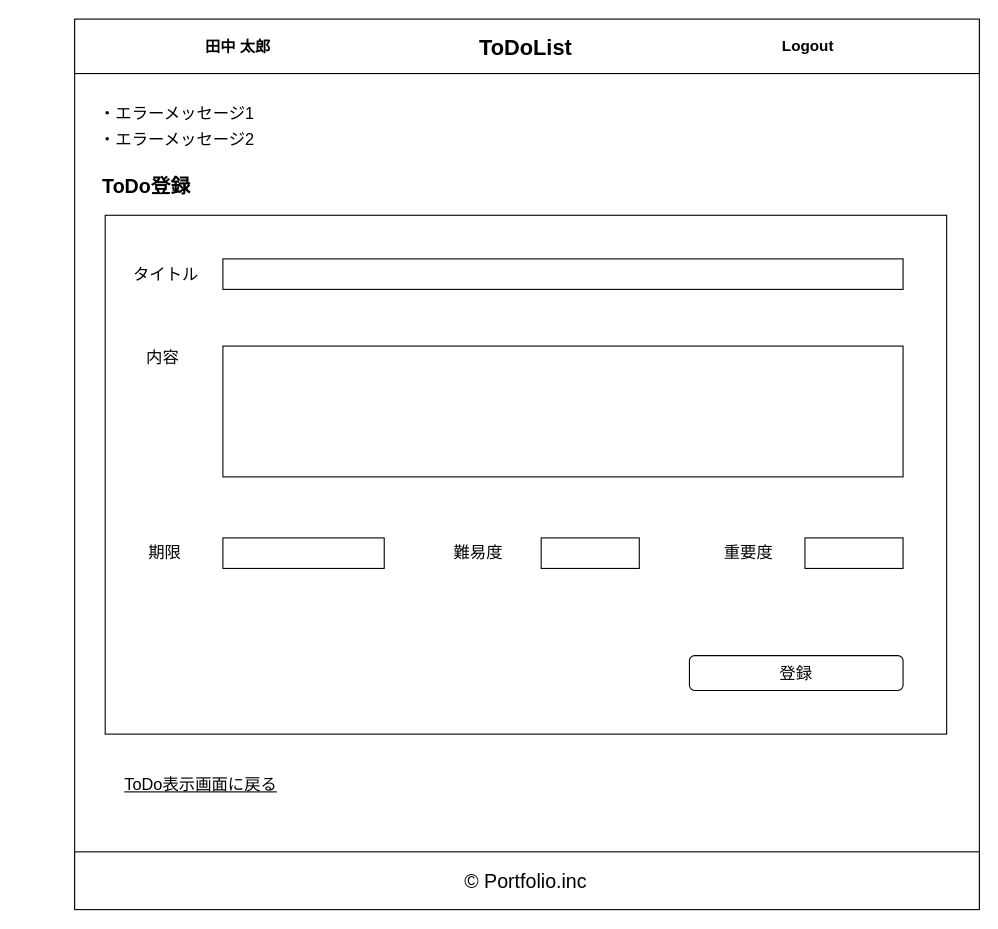
Earlier version of the draw.io diagram portfolio03/01/layout/todo_registration/portfolio03_01_todo_registration.drawio (RRRYOOO/portfolio). Source tidied: cells renumbered, new cells numbered last; positions are measured from the earlier drawing's top-left corner, leaving out a move shared by most shapes. Both pictures are drawn from the tidied source at 109%, with x=0, y=0 at pixel (74, 19).
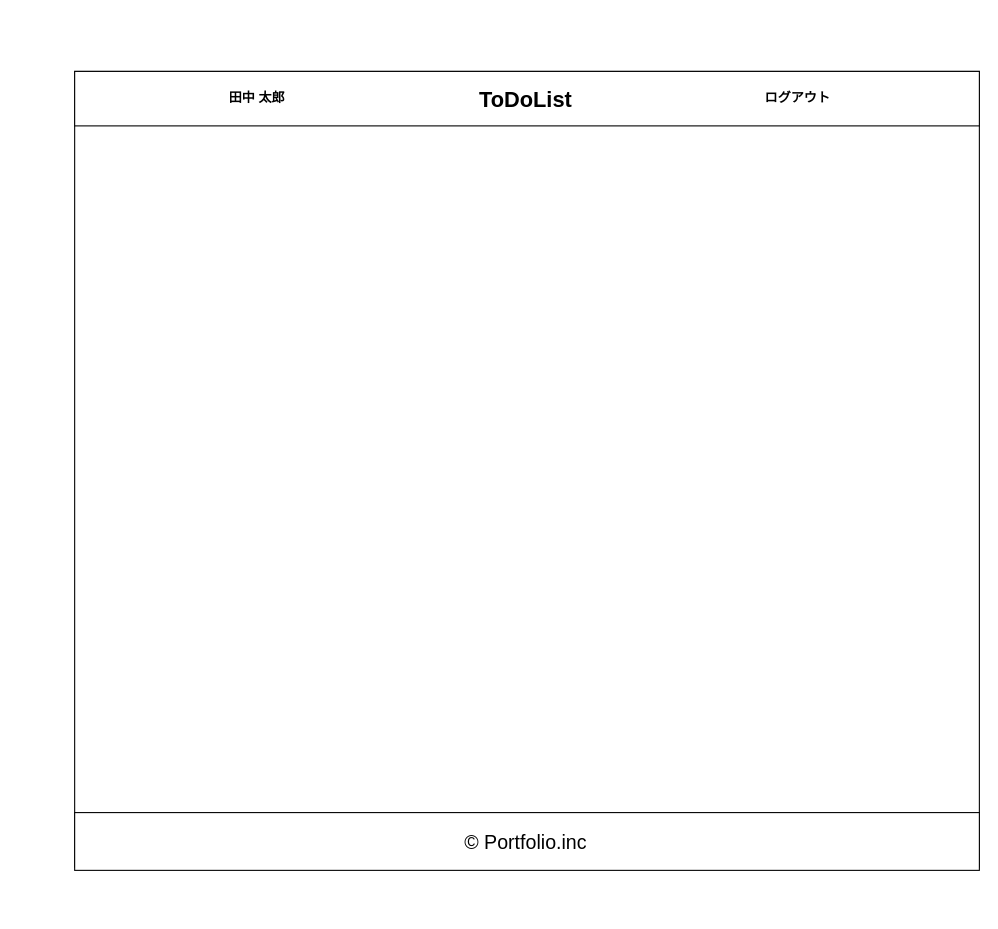
After the change.

Diff of the diagram source:
```diff
@@
-    <mxCell id="2" style="group;" parent="1" vertex="1">
-      <mxGeometry width="830" height="817" as="geometry" />
-    </mxCell>
-    <mxCell id="3" style="rounded=0;whiteSpace=wrap;html=1;" parent="2" vertex="1">
-      <mxGeometry y="0.5" width="830" height="815.5" as="geometry" />
+    <mxCell id="3" style="rounded=0;whiteSpace=wrap;html=1;" parent="1" vertex="1">
+      <mxGeometry y="48" width="830" height="730" as="geometry" />
     </mxCell>
-    <mxCell id="4" style="rounded=0;whiteSpace=wrap;html=1;fillColor=none;" parent="2" vertex="1">
-      <mxGeometry x="28" y="180" width="772" height="476" as="geometry" />
-    </mxCell>
-    <mxCell id="5" style="rounded=0;whiteSpace=wrap;html=1;" parent="2" vertex="1">
-      <mxGeometry width="830" height="50" as="geometry" />
+    <mxCell id="5" style="rounded=0;whiteSpace=wrap;html=1;" parent="1" vertex="1">
+      <mxGeometry y="48" width="830" height="50" as="geometry" />
     </mxCell>
-    <mxCell id="6" value="&lt;b&gt;&lt;font style=&quot;font-size: 20px&quot;&gt;ToDoList&lt;/font&gt;&lt;/b&gt;" style="text;html=1;strokeColor=none;fillColor=none;align=center;verticalAlign=middle;whiteSpace=wrap;rounded=0;strokeWidth=4;" parent="2" vertex="1">
-      <mxGeometry x="334" y="10" width="160" height="30" as="geometry" />
+    <mxCell id="6" value="&lt;b&gt;&lt;font style=&quot;font-size: 20px&quot;&gt;ToDoList&lt;/font&gt;&lt;/b&gt;" style="text;html=1;strokeColor=none;fillColor=none;align=center;verticalAlign=middle;whiteSpace=wrap;rounded=0;strokeWidth=4;" parent="1" vertex="1">
+      <mxGeometry x="334" y="58" width="160" height="30" as="geometry" />
     </mxCell>
+    <mxCell id="24" value="&lt;span style=&quot;font-size: 12px;&quot;&gt;&lt;b style=&quot;font-size: 12px;&quot;&gt;田中 太郎&lt;br style=&quot;font-size: 12px;&quot;&gt;&lt;/b&gt;&lt;/span&gt;" style="text;html=1;strokeColor=none;fillColor=none;align=center;verticalAlign=middle;whiteSpace=wrap;rounded=0;strokeWidth=4;fontSize=12;" parent="1" vertex="1">
+      <mxGeometry x="124" y="58" width="87" height="30" as="geometry" />
+    </mxCell>
-    <mxCell id="7" style="rounded=0;whiteSpace=wrap;html=1;" parent="2" vertex="1">
-      <mxGeometry y="764" width="830" height="53" as="geometry" />
+    <mxCell id="7" style="rounded=0;whiteSpace=wrap;html=1;" parent="1" vertex="1">
+      <mxGeometry y="728" width="830" height="53" as="geometry" />
     </mxCell>
-    <mxCell id="8" value="&lt;font style=&quot;font-size: 18px&quot;&gt;© Portfolio.inc&lt;/font&gt;" style="text;html=1;strokeColor=none;fillColor=none;align=center;verticalAlign=middle;whiteSpace=wrap;rounded=0;fontSize=20;" parent="2" vertex="1">
-      <mxGeometry x="298" y="780.5" width="232" height="20" as="geometry" />
+    <mxCell id="8" value="&lt;font style=&quot;font-size: 18px&quot;&gt;© Portfolio.inc&lt;/font&gt;" style="text;html=1;strokeColor=none;fillColor=none;align=center;verticalAlign=middle;whiteSpace=wrap;rounded=0;fontSize=20;" parent="1" vertex="1">
+      <mxGeometry x="298" y="744.5" width="232" height="20" as="geometry" />
     </mxCell>
-    <mxCell id="9" value="&lt;font size=&quot;1&quot;&gt;&lt;b style=&quot;font-size: 18px&quot;&gt;ToDo登録&lt;/b&gt;&lt;/font&gt;" style="text;html=1;strokeColor=none;fillColor=none;align=center;verticalAlign=middle;whiteSpace=wrap;rounded=0;fontSize=17;" parent="2" vertex="1">
-      <mxGeometry x="16" y="144" width="100" height="20" as="geometry" />
-    </mxCell>
-    <mxCell id="10" value="タイトル" style="text;html=1;strokeColor=none;fillColor=none;align=left;verticalAlign=middle;whiteSpace=wrap;rounded=0;fontSize=15;" parent="2" vertex="1">
-      <mxGeometry x="52" y="224" width="82" height="20" as="geometry" />
-    </mxCell>
-    <mxCell id="11" value="内容" style="text;html=1;strokeColor=none;fillColor=none;align=left;verticalAlign=middle;whiteSpace=wrap;rounded=0;fontSize=15;" parent="2" vertex="1">
-      <mxGeometry x="64" y="300" width="128" height="20" as="geometry" />
-    </mxCell>
-    <mxCell id="12" style="rounded=0;whiteSpace=wrap;html=1;fontSize=15;" parent="2" vertex="1">
-      <mxGeometry x="136" y="220" width="624" height="28" as="geometry" />
-    </mxCell>
-    <mxCell id="13" style="rounded=0;whiteSpace=wrap;html=1;fontSize=15;" parent="2" vertex="1">
-      <mxGeometry x="136" y="300" width="624" height="120" as="geometry" />
-    </mxCell>
-    <mxCell id="14" value="期限" style="text;html=1;strokeColor=none;fillColor=none;align=left;verticalAlign=middle;whiteSpace=wrap;rounded=0;fontSize=15;" parent="2" vertex="1">
-      <mxGeometry x="66" y="479" width="40" height="20" as="geometry" />
-    </mxCell>
-    <mxCell id="15" style="rounded=0;whiteSpace=wrap;html=1;fontSize=15;" parent="2" vertex="1">
-      <mxGeometry x="136" y="476" width="148" height="28" as="geometry" />
-    </mxCell>
-    <mxCell id="16" value="登録" style="rounded=1;whiteSpace=wrap;html=1;fontSize=15;align=center;" parent="2" vertex="1">
-      <mxGeometry x="564" y="584" width="196" height="32" as="geometry" />
-    </mxCell>
-    <mxCell id="17" value="・エラーメッセージ1" style="text;html=1;strokeColor=none;fillColor=none;align=center;verticalAlign=middle;whiteSpace=wrap;rounded=0;fontSize=15;" parent="2" vertex="1">
-      <mxGeometry x="16" y="76" width="156" height="20" as="geometry" />
-    </mxCell>
-    <mxCell id="18" value="・エラーメッセージ2" style="text;html=1;strokeColor=none;fillColor=none;align=center;verticalAlign=middle;whiteSpace=wrap;rounded=0;fontSize=15;" parent="2" vertex="1">
-      <mxGeometry x="16" y="100" width="156" height="20" as="geometry" />
-    </mxCell>
-    <mxCell id="19" value="ToDo表示画面に戻る" style="text;html=1;strokeColor=none;fillColor=none;align=left;verticalAlign=middle;whiteSpace=wrap;rounded=0;fontSize=15;fontStyle=4;" parent="2" vertex="1">
-      <mxGeometry x="44" y="692" width="376" height="20" as="geometry" />
-    </mxCell>
-    <mxCell id="20" value="難易度" style="text;html=1;strokeColor=none;fillColor=none;align=left;verticalAlign=middle;whiteSpace=wrap;rounded=0;fontSize=15;" parent="2" vertex="1">
-      <mxGeometry x="346" y="479" width="56" height="20" as="geometry" />
-    </mxCell>
-    <mxCell id="21" style="rounded=0;whiteSpace=wrap;html=1;fontSize=15;" parent="2" vertex="1">
-      <mxGeometry x="428" y="476" width="90" height="28" as="geometry" />
-    </mxCell>
-    <mxCell id="22" value="重要度" style="text;html=1;strokeColor=none;fillColor=none;align=left;verticalAlign=middle;whiteSpace=wrap;rounded=0;fontSize=15;" parent="2" vertex="1">
-      <mxGeometry x="594" y="479" width="56" height="20" as="geometry" />
-    </mxCell>
-    <mxCell id="23" style="rounded=0;whiteSpace=wrap;html=1;fontSize=15;" parent="2" vertex="1">
-      <mxGeometry x="670" y="476" width="90" height="28" as="geometry" />
-    </mxCell>
-    <mxCell id="24" value="&lt;span style=&quot;font-size: 14px;&quot;&gt;&lt;b style=&quot;font-size: 14px;&quot;&gt;田中 太郎&lt;/b&gt;&lt;/span&gt;" style="text;html=1;strokeColor=none;fillColor=none;align=center;verticalAlign=middle;whiteSpace=wrap;rounded=0;fontSize=14;" parent="2" vertex="1">
-      <mxGeometry x="100" y="16" width="100" height="20" as="geometry" />
-    </mxCell>
-    <mxCell id="25" value="&lt;span style=&quot;font-size: 14px&quot;&gt;&lt;b style=&quot;font-size: 14px&quot;&gt;Logout&lt;/b&gt;&lt;/span&gt;" style="text;html=1;strokeColor=none;fillColor=none;align=center;verticalAlign=middle;whiteSpace=wrap;rounded=0;fontSize=14;" parent="2" vertex="1">
-      <mxGeometry x="623" y="15" width="100" height="20" as="geometry" />
-    </mxCell>
+    <mxCell id="26" style="edgeStyle=orthogonalEdgeStyle;rounded=0;orthogonalLoop=1;jettySize=auto;html=1;exitX=0.5;exitY=1;exitDx=0;exitDy=0;fontColor=#0000FF;fontSize=10;" parent="1" edge="1">
+      <mxGeometry relative="1" as="geometry">
+        <mxPoint x="48" y="74" as="sourcePoint" />
+        <mxPoint x="48" y="74" as="targetPoint" />
+      </mxGeometry>
+    </mxCell>
+    <mxCell id="27" style="edgeStyle=orthogonalEdgeStyle;rounded=0;orthogonalLoop=1;jettySize=auto;html=1;exitX=0.5;exitY=1;exitDx=0;exitDy=0;fontColor=#0000FF;fontSize=10;" parent="1" edge="1">
+      <mxGeometry relative="1" as="geometry">
+        <mxPoint x="-44" y="68" as="sourcePoint" />
+        <mxPoint x="-44" y="68" as="targetPoint" />
+      </mxGeometry>
+    </mxCell>
+    <mxCell id="28" style="edgeStyle=orthogonalEdgeStyle;rounded=0;orthogonalLoop=1;jettySize=auto;html=1;exitX=0.5;exitY=1;exitDx=0;exitDy=0;fontColor=#0000FF;fontSize=10;" parent="1" edge="1">
+      <mxGeometry relative="1" as="geometry">
+        <mxPoint x="48" y="756" as="sourcePoint" />
+        <mxPoint x="48" y="756" as="targetPoint" />
+      </mxGeometry>
+    </mxCell>
+    <mxCell id="29" style="edgeStyle=orthogonalEdgeStyle;rounded=0;orthogonalLoop=1;jettySize=auto;html=1;exitX=0.5;exitY=1;exitDx=0;exitDy=0;fontColor=#0000FF;fontSize=10;" parent="1" edge="1">
+      <mxGeometry relative="1" as="geometry">
+        <mxPoint x="-44" y="750" as="sourcePoint" />
+        <mxPoint x="-44" y="750" as="targetPoint" />
+      </mxGeometry>
+    </mxCell>
+    <mxCell id="30" value="&lt;span style=&quot;font-size: 12px&quot;&gt;&lt;b style=&quot;font-size: 12px&quot;&gt;ログアウト&lt;br style=&quot;font-size: 12px&quot;&gt;&lt;/b&gt;&lt;/span&gt;" style="text;html=1;strokeColor=none;fillColor=none;align=center;verticalAlign=middle;whiteSpace=wrap;rounded=0;strokeWidth=4;fontSize=12;" parent="1" vertex="1">
+      <mxGeometry x="620" y="58" width="87" height="30" as="geometry" />
+    </mxCell>
```
